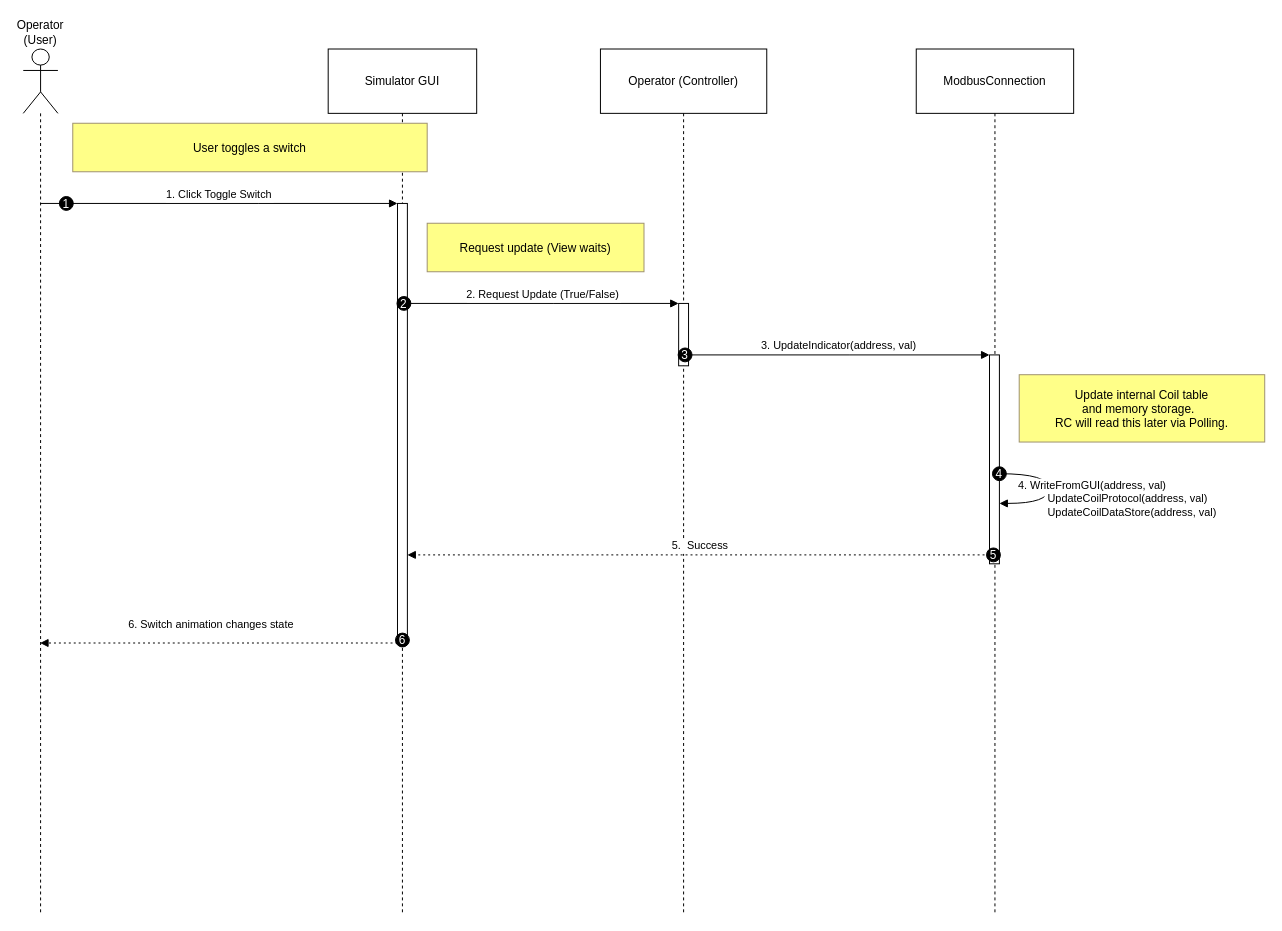
This is page "User_Switch_Press_Usecase" (4 of 8) of Usecase1.drawio from EliyaMalka/Drawio, a draw.io file, before an edit. Source tidied: cells renumbered, new cells numbered last; positions are measured from the earlier drawing's top-left corner, leaving out a move shared by most shapes. Both pictures are drawn from the tidied source at 99%, with x=0, y=0 at pixel (23, 49).
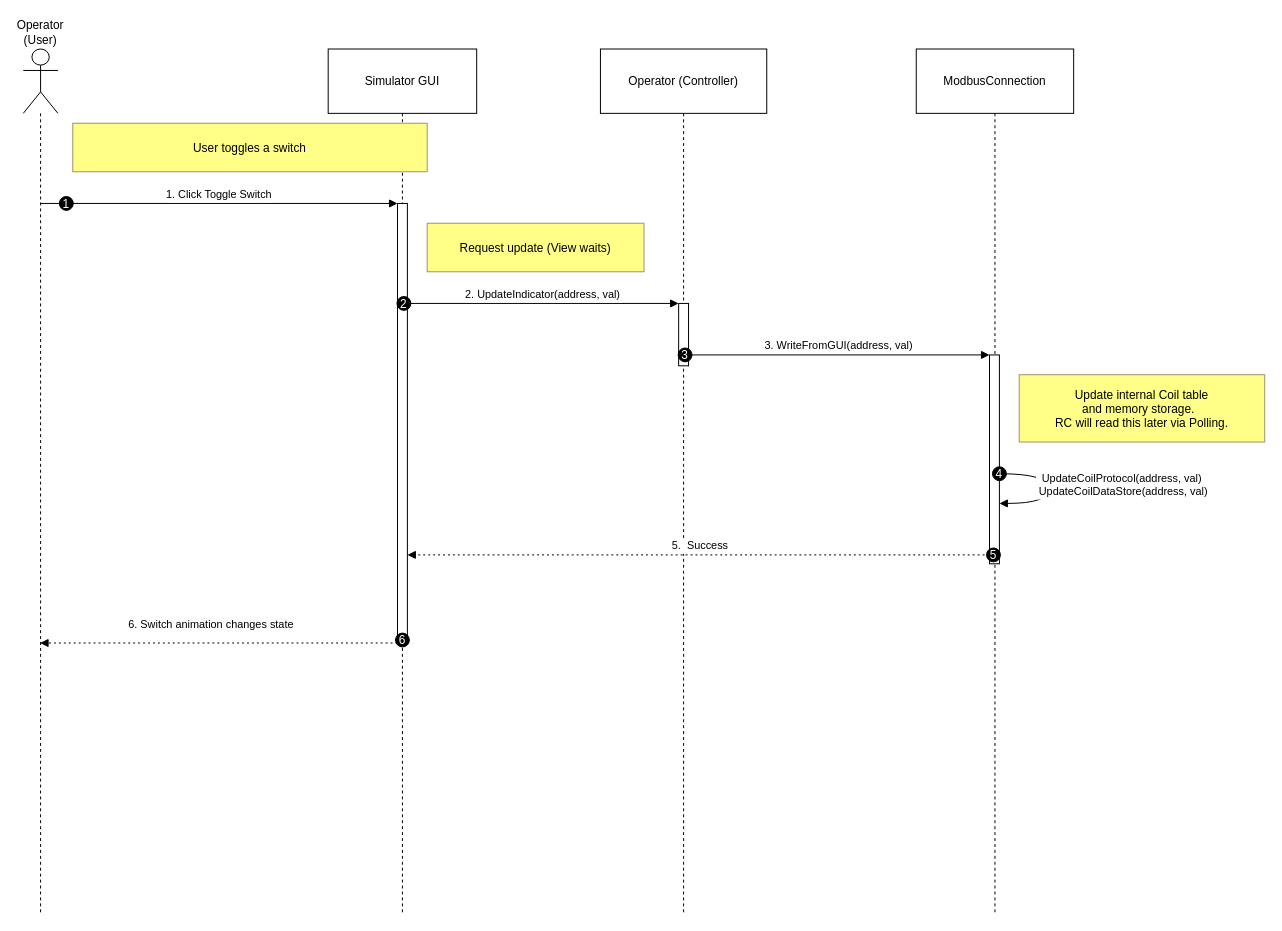
The same page after the edit.

The change refers to these unchanged cells:
```xml
<mxCell id="4" style="points=[];perimeter=orthogonalPerimeter;outlineConnect=0;targetShapes=umlLifeline;portConstraint=eastwest;newEdgeStyle={&quot;edgeStyle&quot;:&quot;elbowEdgeStyle&quot;,&quot;elbow&quot;:&quot;vertical&quot;,&quot;curved&quot;:0,&quot;rounded&quot;:0};" parent="3" vertex="1">
  <mxGeometry x="70" y="156" width="10" height="444" as="geometry" />
</mxCell>
<mxCell id="6" style="points=[];perimeter=orthogonalPerimeter;outlineConnect=0;targetShapes=umlLifeline;portConstraint=eastwest;newEdgeStyle={&quot;edgeStyle&quot;:&quot;elbowEdgeStyle&quot;,&quot;elbow&quot;:&quot;vertical&quot;,&quot;curved&quot;:0,&quot;rounded&quot;:0};" parent="5" vertex="1">
  <mxGeometry x="79" y="257" width="10" height="63" as="geometry" />
</mxCell>
<mxCell id="8" style="points=[];perimeter=orthogonalPerimeter;outlineConnect=0;targetShapes=umlLifeline;portConstraint=eastwest;newEdgeStyle={&quot;edgeStyle&quot;:&quot;elbowEdgeStyle&quot;,&quot;elbow&quot;:&quot;vertical&quot;,&quot;curved&quot;:0,&quot;rounded&quot;:0};" parent="7" vertex="1">
  <mxGeometry x="74" y="309" width="10" height="211" as="geometry" />
</mxCell>
```

The edit, as a diff of the source:
```diff
@@
-    <mxCell id="11" value="2. Request Update (True/False)" style="verticalAlign=bottom;edgeStyle=elbowEdgeStyle;elbow=vertical;curved=0;rounded=0;endArrow=block;" parent="1" edge="1" source="4" target="6">
+    <mxCell id="11" value="2. UpdateIndicator(address, val)" style="verticalAlign=bottom;edgeStyle=elbowEdgeStyle;elbow=vertical;curved=0;rounded=0;endArrow=block;" parent="1" edge="1" source="4" target="6">
       <mxGeometry relative="1" as="geometry">
         <Array as="points">
           <mxPoint x="536" y="257" />
         </Array>
       </mxGeometry>
     </mxCell>
@@
-    <mxCell id="13" value="3. UpdateIndicator(address, val)" style="verticalAlign=bottom;edgeStyle=elbowEdgeStyle;elbow=vertical;curved=0;rounded=0;endArrow=block;" parent="1" edge="1" source="6" target="8">
+    <mxCell id="13" value="3. WriteFromGUI(address, val)" style="verticalAlign=bottom;edgeStyle=elbowEdgeStyle;elbow=vertical;curved=0;rounded=0;endArrow=block;" parent="1" edge="1" source="6" target="8">
       <mxGeometry relative="1" as="geometry">
         <Array as="points">
           <mxPoint x="835" y="309" />
         </Array>
       </mxGeometry>
     </mxCell>
@@
-    <mxCell id="15" value="4. WriteFromGUI(address, val)" style="curved=1;endArrow=block;rounded=0;" parent="1" edge="1" source="8" target="8">
-      <mxGeometry x="-0.06" y="44" relative="1" as="geometry">
+    <mxCell id="15" value="UpdateCoilProtocol(address, val)&#10; UpdateCoilDataStore(address, val)" style="curved=1;endArrow=block;rounded=0;" parent="1" edge="1" source="8" target="8">
+      <mxGeometry x="-0.06" y="74" relative="1" as="geometry">
         <Array as="points">
           <mxPoint x="1036" y="429" />
           <mxPoint x="1036" y="459" />
         </Array>
       </mxGeometry>
     </mxCell>
@@
-    <mxCell id="24" value="&lt;span style=&quot;color: rgb(0, 0, 0); font-family: Helvetica; font-size: 11px; font-style: normal; font-variant-ligatures: normal; font-variant-caps: normal; font-weight: 400; letter-spacing: normal; orphans: 2; text-align: center; text-indent: 0px; text-transform: none; widows: 2; word-spacing: 0px; -webkit-text-stroke-width: 0px; white-space: nowrap; background-color: rgb(255, 255, 255); text-decoration-thickness: initial; text-decoration-style: initial; text-decoration-color: initial; float: none; display: inline !important;&quot;&gt;&amp;nbsp;UpdateCoilProtocol(address, val)&lt;/span&gt;&lt;div&gt;&lt;span style=&quot;color: rgb(0, 0, 0); font-family: Helvetica; font-size: 11px; font-style: normal; font-variant-ligatures: normal; font-variant-caps: normal; font-weight: 400; letter-spacing: normal; orphans: 2; text-align: center; text-indent: 0px; text-transform: none; widows: 2; word-spacing: 0px; -webkit-text-stroke-width: 0px; white-space: nowrap; background-color: rgb(255, 255, 255); text-decoration-thickness: initial; text-decoration-style: initial; text-decoration-color: initial; float: none; display: inline !important;&quot;&gt;&amp;nbsp;&lt;/span&gt;&lt;span style=&quot;background-color: rgb(255, 255, 255); font-size: 11px; text-align: center; text-wrap-mode: nowrap; color: light-dark(rgb(0, 0, 0), rgb(255, 255, 255));&quot;&gt;UpdateCoilDataStore(address, val)&lt;/span&gt;&lt;/div&gt;" style="text;whiteSpace=wrap;html=1;" parent="1" vertex="1">
-      <mxGeometry x="1030" y="440" width="180" height="40" as="geometry" />
-    </mxCell>
```
